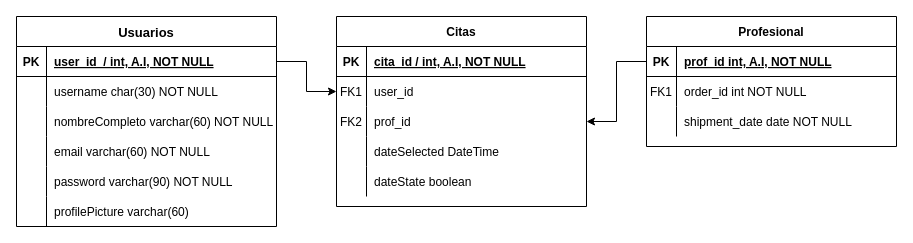
Eat-Fit/ERM-DB keeps this draw.io diagram as Untitled Diagram.drawio. Above is the earlier version. Source tidied: cells renumbered, new cells numbered last; positions are measured from the earlier drawing's top-left corner, leaving out a move shared by most shapes. Both pictures are drawn from the tidied source at 100%, with x=0, y=0 at pixel (16, 16).
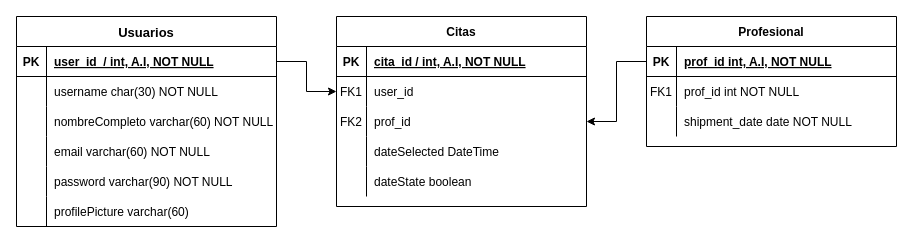
The same diagram, later.

Unchanged cells that the change refers to:
```xml
<mxCell id="27" style="shape=partialRectangle;fillColor=none;top=0;left=0;right=0;bottom=0;" parent="23" vertex="1">
  <mxGeometry y="60" width="250" height="30" as="geometry" />
</mxCell>
```

Change to the diagram source:
```diff
@@
-    <mxCell id="29" value="order_id int NOT NULL" style="shape=partialRectangle;overflow=hidden;fillColor=none;top=0;left=0;bottom=0;right=0;align=left;spacingLeft=6;" parent="27" vertex="1">
+    <mxCell id="29" value="prof_id int NOT NULL" style="shape=partialRectangle;overflow=hidden;fillColor=none;top=0;left=0;bottom=0;right=0;align=left;spacingLeft=6;" parent="27" vertex="1">
       <mxGeometry x="30" width="220" height="30" as="geometry" />
     </mxCell>
```
